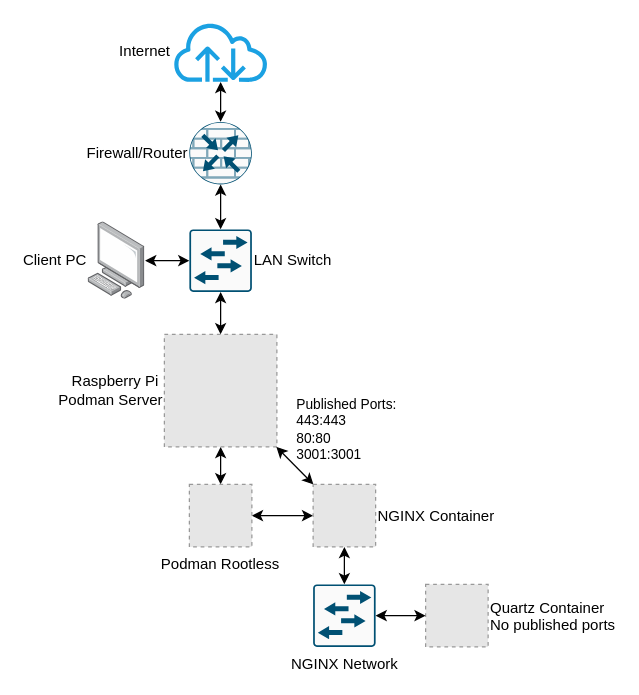
Above: quartz.drawio in asage-me/draw.io_public (draw.io), before the change. Source tidied: cells renumbered, new cells numbered last; positions are measured from the earlier drawing's top-left corner, leaving out a move shared by most shapes. Both pictures are drawn from the tidied source at 125%, with x=0, y=0 at pixel (88, 21). Pictures stored in the file or linked from it are replaced by grey dashed boxes.
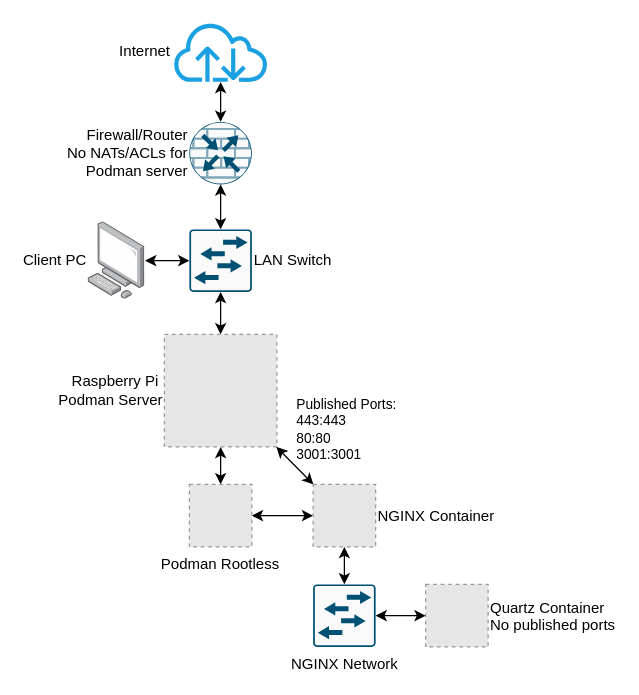
Above is the later version.

Change to the diagram source:
```diff
@@
 <mxGraphModel>
   <root>
     <mxCell id="0" />
     <mxCell id="1" parent="0" />
     <mxCell id="2" style="edgeStyle=orthogonalEdgeStyle;rounded=0;jettySize=auto;html=1;startArrow=classic;startFill=1;" parent="1" edge="1" source="3" target="14">
       <mxGeometry relative="1" as="geometry" />
     </mxCell>
     <mxCell id="3" value="Raspberry Pi&amp;nbsp;&lt;div&gt;Podman Server&lt;/div&gt;" style="fillColor=#E6E6E6;strokeColor=#999999;dashed=1;html=1;verticalAlign=middle;verticalLabelPosition=middle;labelBackgroundColor=#ffffff;labelPosition=left;align=right;" parent="1" vertex="1">
       <mxGeometry x="61" y="250" width="90" height="90" as="geometry" />
     </mxCell>
     <mxCell id="4" style="edgeStyle=orthogonalEdgeStyle;rounded=0;jettySize=auto;html=1;startArrow=classic;startFill=1;entryX=0;entryY=0.5;entryDx=0;entryDy=0;entryPerimeter=0;" parent="1" edge="1" source="5" target="7">
       <mxGeometry relative="1" as="geometry" />
     </mxCell>
     <mxCell id="5" value="Client PC" style="image;points=[];html=1;align=right;shadow=0;dashed=0;image=img/lib/allied_telesis/computer_and_terminals/Personal_Computer.svg;labelPosition=left;verticalLabelPosition=middle;verticalAlign=middle;" parent="1" vertex="1">
       <mxGeometry y="160.1" width="45.6" height="61.8" as="geometry" />
     </mxCell>
     <mxCell id="6" style="edgeStyle=orthogonalEdgeStyle;rounded=0;jettySize=auto;html=1;startArrow=classic;startFill=1;" parent="1" edge="1" source="7" target="3">
       <mxGeometry relative="1" as="geometry" />
     </mxCell>
     <mxCell id="7" value="LAN Switch" style="sketch=0;points=[[0.015,0.015,0],[0.985,0.015,0],[0.985,0.985,0],[0.015,0.985,0],[0.25,0,0],[0.5,0,0],[0.75,0,0],[1,0.25,0],[1,0.5,0],[1,0.75,0],[0.75,1,0],[0.5,1,0],[0.25,1,0],[0,0.75,0],[0,0.5,0],[0,0.25,0]];verticalLabelPosition=middle;html=1;verticalAlign=middle;align=left;shape=mxgraph.cisco19.rect;prIcon=l2_switch;fillColor=#FAFAFA;strokeColor=#005073;labelPosition=right;" parent="1" vertex="1">
       <mxGeometry x="81" y="166" width="50" height="50" as="geometry" />
     </mxCell>
-    <mxCell id="8" value="Firewall/Router" style="sketch=0;points=[[0.5,0,0],[1,0.5,0],[0.5,1,0],[0,0.5,0],[0.145,0.145,0],[0.8555,0.145,0],[0.855,0.8555,0],[0.145,0.855,0]];verticalLabelPosition=middle;html=1;verticalAlign=middle;align=right;shape=mxgraph.cisco19.rect;prIcon=router_with_firewall;fillColor=#FAFAFA;strokeColor=#005073;labelPosition=left;" parent="1" vertex="1">
+    <mxCell id="8" value="Firewall/Router&lt;div&gt;No NATs/ACLs for&lt;/div&gt;&lt;div&gt;Podman server&lt;/div&gt;" style="sketch=0;points=[[0.5,0,0],[1,0.5,0],[0.5,1,0],[0,0.5,0],[0.145,0.145,0],[0.8555,0.145,0],[0.855,0.8555,0],[0.145,0.855,0]];verticalLabelPosition=middle;html=1;verticalAlign=middle;align=right;shape=mxgraph.cisco19.rect;prIcon=router_with_firewall;fillColor=#FAFAFA;strokeColor=#005073;labelPosition=left;" parent="1" vertex="1">
       <mxGeometry x="81" y="80" width="50" height="50" as="geometry" />
     </mxCell>
     <mxCell id="9" style="edgeStyle=orthogonalEdgeStyle;rounded=0;jettySize=auto;html=1;entryX=0.5;entryY=0;entryDx=0;entryDy=0;entryPerimeter=0;startArrow=classic;startFill=1;" parent="1" edge="1" source="8" target="7">
       <mxGeometry relative="1" as="geometry" />
     </mxCell>
     <mxCell id="10" value="&lt;font color=&quot;#000000&quot;&gt;Internet&lt;/font&gt;" style="sketch=0;outlineConnect=0;fillColor=#1ba1e2;strokeColor=#006EAF;dashed=0;verticalLabelPosition=middle;verticalAlign=middle;align=right;html=1;fontSize=12;fontStyle=0;shape=mxgraph.aws4.internet;fontColor=#ffffff;labelPosition=left;" parent="1" vertex="1">
       <mxGeometry x="67" width="78" height="48" as="geometry" />
     </mxCell>
     <mxCell id="11" style="edgeStyle=orthogonalEdgeStyle;rounded=0;jettySize=auto;html=1;entryX=0.5;entryY=0;entryDx=0;entryDy=0;entryPerimeter=0;startArrow=classic;startFill=1;" parent="1" edge="1" source="10" target="8">
       <mxGeometry relative="1" as="geometry" />
     </mxCell>
     <mxCell id="12" value="NGINX Network" style="sketch=0;points=[[0.015,0.015,0],[0.985,0.015,0],[0.985,0.985,0],[0.015,0.985,0],[0.25,0,0],[0.5,0,0],[0.75,0,0],[1,0.25,0],[1,0.5,0],[1,0.75,0],[0.75,1,0],[0.5,1,0],[0.25,1,0],[0,0.75,0],[0,0.5,0],[0,0.25,0]];verticalLabelPosition=bottom;html=1;verticalAlign=top;align=center;shape=mxgraph.cisco19.rect;prIcon=l2_switch;fillColor=#FAFAFA;strokeColor=#005073;" parent="1" vertex="1">
       <mxGeometry x="180" y="450" width="50" height="50" as="geometry" />
     </mxCell>
     <mxCell id="13" style="edgeStyle=orthogonalEdgeStyle;rounded=0;jettySize=auto;html=1;startArrow=classic;startFill=1;" parent="1" edge="1" source="14" target="17">
       <mxGeometry relative="1" as="geometry" />
     </mxCell>
     <mxCell id="14" value="Podman Rootless" style="fillColor=#E6E6E6;strokeColor=#999999;dashed=1;verticalLabelPosition=bottom;labelBackgroundColor=default;verticalAlign=top;" parent="1" vertex="1">
       <mxGeometry x="81" y="370" width="50" height="50" as="geometry" />
     </mxCell>
     <mxCell id="15" style="edgeStyle=orthogonalEdgeStyle;rounded=0;jettySize=auto;html=1;startArrow=classic;startFill=1;" parent="1" edge="1" source="17" target="12">
       <mxGeometry relative="1" as="geometry" />
     </mxCell>
     <mxCell id="16" value="Published Ports:&lt;div&gt;443:443&lt;/div&gt;&lt;div&gt;80:80&lt;/div&gt;&lt;div&gt;3001:3001&lt;/div&gt;" style="rounded=0;jettySize=auto;html=1;startArrow=classic;startFill=1;labelPosition=right;verticalLabelPosition=top;align=left;verticalAlign=bottom;" parent="1" edge="1" source="17" target="3">
       <mxGeometry relative="1" as="geometry" />
     </mxCell>
     <mxCell id="17" value="NGINX Container" style="fillColor=#E6E6E6;strokeColor=#999999;dashed=1;verticalLabelPosition=middle;labelBackgroundColor=default;verticalAlign=middle;labelPosition=right;align=left;" parent="1" vertex="1">
       <mxGeometry x="180" y="370" width="50" height="50" as="geometry" />
     </mxCell>
     <mxCell id="18" value="Quartz Container&#10;No published ports" style="fillColor=#E6E6E6;strokeColor=#999999;dashed=1;verticalLabelPosition=middle;labelBackgroundColor=default;verticalAlign=middle;labelPosition=right;align=left;" parent="1" vertex="1">
       <mxGeometry x="270" y="450" width="50" height="50" as="geometry" />
     </mxCell>
     <mxCell id="19" style="edgeStyle=orthogonalEdgeStyle;rounded=0;jettySize=auto;html=1;entryX=1;entryY=0.5;entryDx=0;entryDy=0;entryPerimeter=0;startArrow=classic;startFill=1;" parent="1" edge="1" source="18" target="12">
       <mxGeometry relative="1" as="geometry" />
     </mxCell>
   </root>
 </mxGraphModel>
```
